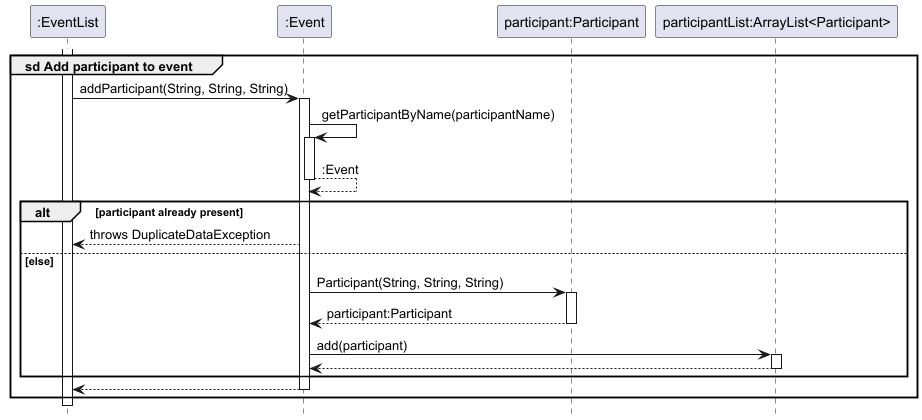
The PlantUML diagram docs/images/AddParticipantEventSequenceDiagram.png in nus-cs2113-AY2425S1/tp, before a commit.
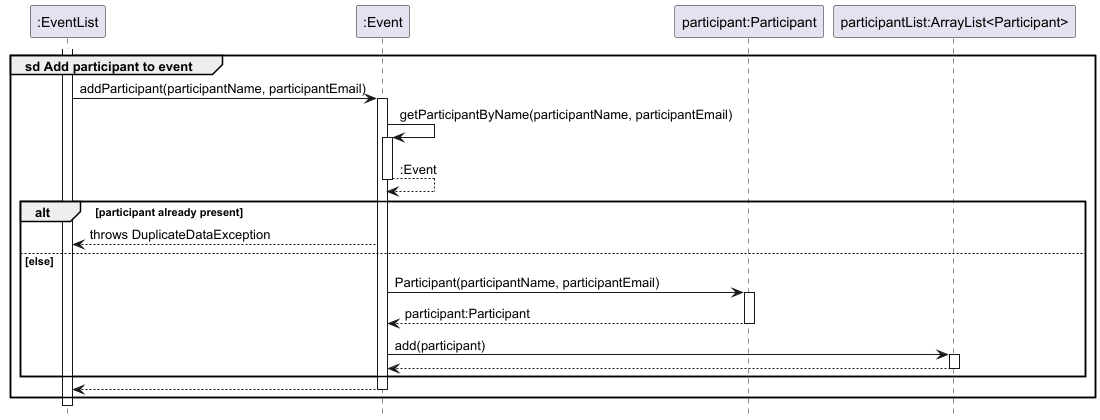
After the commit.

Change to the diagram source:
```diff
@@ -10,17 +10,17 @@
 group sd Add participant to event
     activate eventList
 
-    eventList -> event : addParticipant(String, String, String)
+    eventList -> event : addParticipant(participantName, participantEmail)
     activate event
 
-    event -> event : getParticipantByName(participantName)
+    event -> event : getParticipantByName(participantName, participantEmail)
     activate event
     return :Event
 
     alt participant already present
         event --> eventList:throws DuplicateDataException
     else else
-        event -> participant : Participant(String, String, String)
+        event -> participant : Participant(participantName, participantEmail)
         activate participant
         return participant:Participant
 
```
